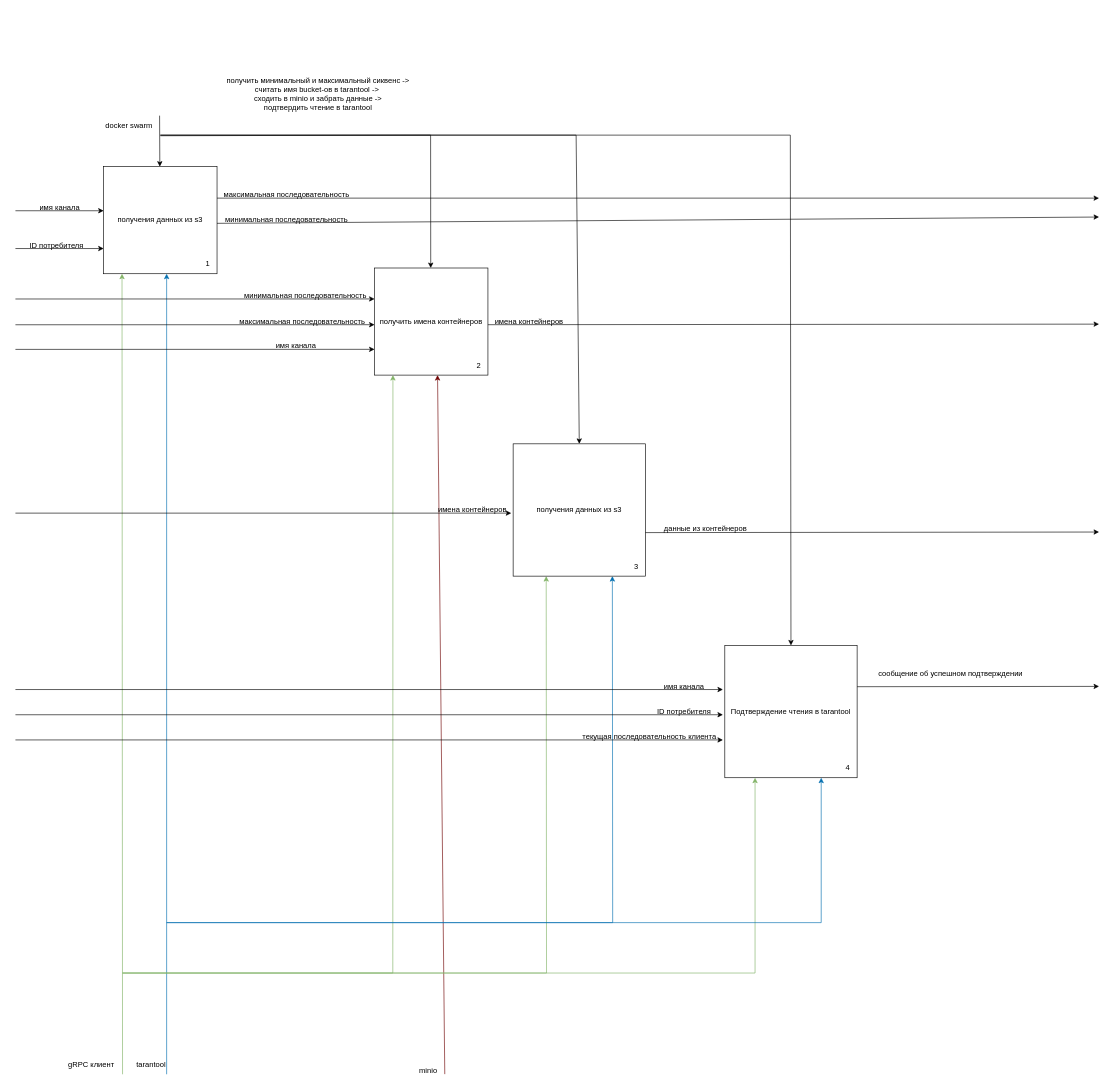
Earlier version of the draw.io diagram page "outgoing_A2" (5 of 5) of MiniToolStream_idef0.drawio (moroshma/MiniToolStream). Source tidied: cells renumbered, new cells numbered last; positions are measured from the earlier drawing's top-left corner, leaving out a move shared by most shapes. Both pictures are drawn from the tidied source at 63%, with x=0, y=0 at pixel (15, 72).
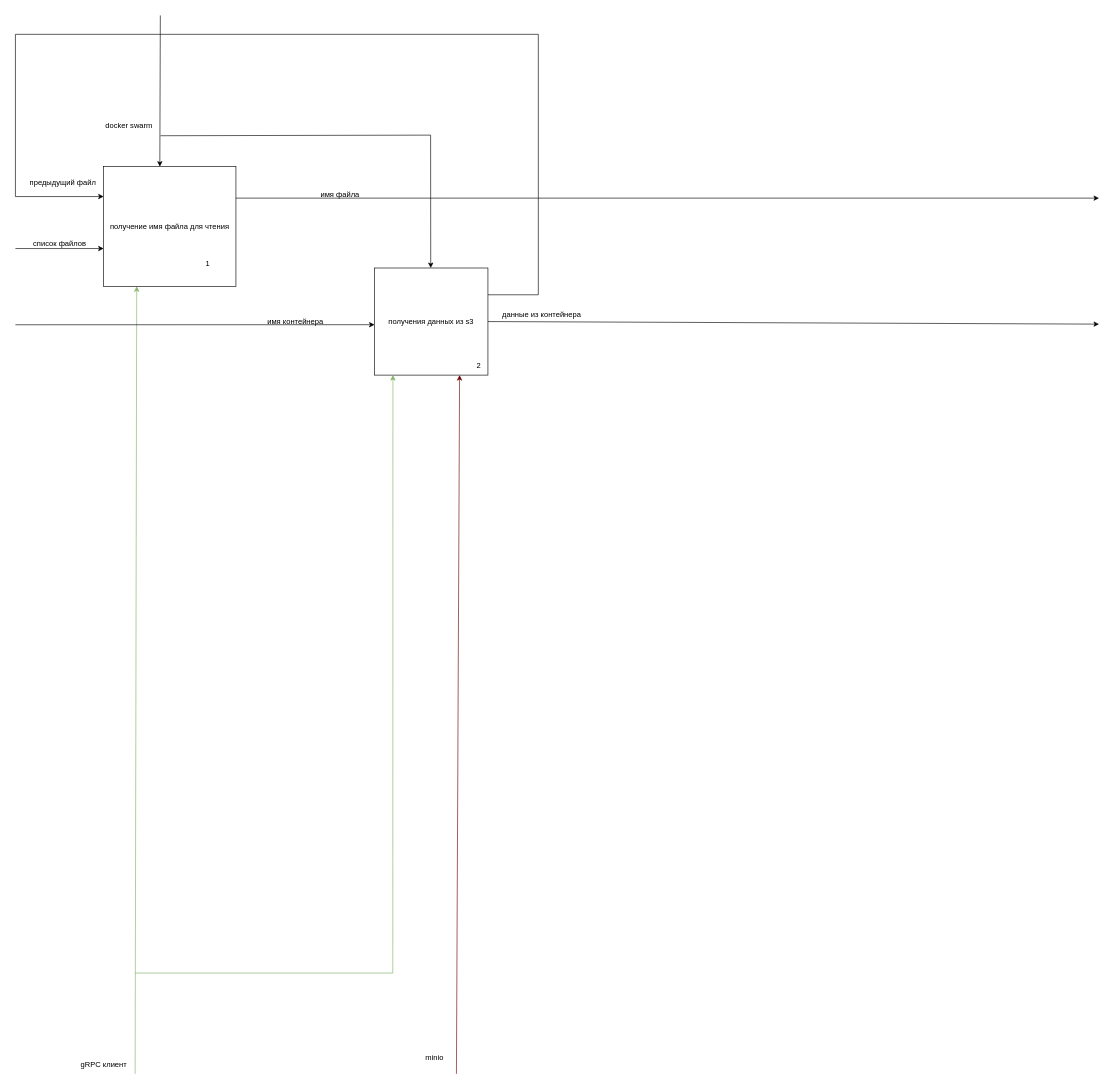
After the change.

The change refers to these unchanged cells:
```xml
<mxCell id="11" value="docker swarm" style="text;html=1;align=center;verticalAlign=middle;points=[];strokeColor=none;fillColor=none;" parent="1" vertex="1">
  <mxGeometry x="130" y="70" width="100" height="30" as="geometry" />
</mxCell>
```

What changed in the source:
```diff
@@
-    <mxCell id="2" value="получения данных из s3" style="html=1;whiteSpace=wrap;" parent="1" vertex="1">
-      <mxGeometry x="140" y="150" width="180" height="170" as="geometry" />
+    <mxCell id="2" value="&lt;span style=&quot;text-wrap-mode: nowrap;&quot;&gt;получение имя файла для чтения&lt;/span&gt;" style="html=1;whiteSpace=wrap;" parent="1" vertex="1">
+      <mxGeometry x="140" y="150" width="210" height="190" as="geometry" />
     </mxCell>
@@
-    <mxCell id="4" style="endArrow=classic;html=1;rounded=0;fillColor=#d5e8d4;gradientColor=#97d077;strokeColor=#82b366;" parent="1" edge="1">
+    <mxCell id="4" style="endArrow=classic;html=1;rounded=0;fillColor=#d5e8d4;gradientColor=#97d077;strokeColor=#82b366;entryX=0.25;entryY=1;entryDx=0;entryDy=0;" parent="1" edge="1" target="2">
       <mxGeometry relative="1" as="geometry">
-        <mxPoint x="170" y="1590.7" as="sourcePoint" />
-        <mxPoint x="169.2" y="320" as="targetPoint" />
+        <mxPoint x="190" y="1590" as="sourcePoint" />
       </mxGeometry>
     </mxCell>
-    <mxCell id="5" style="endArrow=classic;html=1;rounded=0;exitX=0.988;exitY=-0.031;exitDx=0;exitDy=0;exitPerimeter=0;" parent="1" edge="1" source="11">
+    <mxCell id="5" style="endArrow=classic;html=1;rounded=0;" parent="1" edge="1">
       <mxGeometry relative="1" as="geometry">
+        <mxPoint x="230" y="-90" as="sourcePoint" />
         <mxPoint x="229.2" y="150" as="targetPoint" />
       </mxGeometry>
     </mxCell>
-    <mxCell id="6" value="ID потребителя" style="text;html=1;align=center;verticalAlign=middle;strokeColor=none;fillColor=none;" parent="1" vertex="1">
-      <mxGeometry x="10" y="260" width="110" height="30" as="geometry" />
-    </mxCell>
-    <mxCell id="7" style="endArrow=classic;html=1;rounded=0;" parent="1" edge="1">
-      <mxGeometry relative="1" as="geometry">
-        <mxPoint y="220" as="sourcePoint" />
-        <mxPoint x="140" y="220" as="targetPoint" />
-      </mxGeometry>
-    </mxCell>
-    <mxCell id="8" value="имя канала" style="text;html=1;align=center;verticalAlign=middle;strokeColor=none;fillColor=none;" parent="1" vertex="1">
-      <mxGeometry x="25" y="200" width="90" height="30" as="geometry" />
-    </mxCell>
-    <mxCell id="9" style="endArrow=classic;html=1;rounded=0;" parent="1" edge="1">
-      <mxGeometry relative="1" as="geometry">
-        <mxPoint x="320" y="240" as="sourcePoint" />
-        <mxPoint x="1720" y="230" as="targetPoint" />
-      </mxGeometry>
-    </mxCell>
     <mxCell id="10" value="gRPC клиент" style="text;html=1;align=center;verticalAlign=middle;strokeColor=none;fillColor=none;" parent="1" vertex="1">
-      <mxGeometry x="70" y="1560" width="100" height="30" as="geometry" />
+      <mxGeometry x="90" y="1560" width="100" height="30" as="geometry" />
     </mxCell>
@@
-    <mxCell id="12" style="endArrow=classic;html=1;rounded=0;fillColor=#1ba1e2;strokeColor=#006EAF;" parent="1" edge="1">
-      <mxGeometry relative="1" as="geometry">
-        <mxPoint x="240" y="1590.7" as="sourcePoint" />
-        <mxPoint x="240" y="320" as="targetPoint" />
-      </mxGeometry>
-    </mxCell>
-    <mxCell id="13" value="tarantool" style="text;html=1;align=center;verticalAlign=middle;strokeColor=none;fillColor=none;" parent="1" vertex="1">
-      <mxGeometry x="180" y="1560" width="70" height="30" as="geometry" />
-    </mxCell>
-    <mxCell id="14" value="получить минимальный и максимальный сиквенс -&amp;gt;&lt;br&gt;считать имя bucket-ов в tarantool -&amp;gt;&amp;nbsp;&lt;br&gt;сходить в minio и забрать данные -&amp;gt;&lt;br&gt;подтвердить чтение в tarantool" style="text;html=1;align=center;verticalAlign=middle;strokeColor=none;fillColor=none;" parent="1" vertex="1">
-      <mxGeometry x="320" width="320" height="70" as="geometry" />
-    </mxCell>
-    <mxCell id="15" value="минимальная последовательность" style="text;html=1;align=center;verticalAlign=middle;strokeColor=none;fillColor=none;" parent="1" vertex="1">
-      <mxGeometry x="320" y="220" width="220" height="30" as="geometry" />
-    </mxCell>
     <mxCell id="16" style="endArrow=classic;html=1;rounded=0;" parent="1" edge="1">
       <mxGeometry relative="1" as="geometry">
-        <mxPoint x="320" y="200" as="sourcePoint" />
+        <mxPoint x="350" y="200" as="sourcePoint" />
         <mxPoint x="1720" y="200" as="targetPoint" />
       </mxGeometry>
     </mxCell>
-    <mxCell id="17" value="максимальная последовательность" style="text;html=1;align=center;verticalAlign=middle;strokeColor=none;fillColor=none;" parent="1" vertex="1">
-      <mxGeometry x="315" y="180" width="230" height="30" as="geometry" />
+    <mxCell id="17" value="имя файла" style="text;html=1;align=center;verticalAlign=middle;strokeColor=none;fillColor=none;" parent="1" vertex="1">
+      <mxGeometry x="470" y="180" width="90" height="30" as="geometry" />
     </mxCell>
+    <mxCell id="56" style="edgeStyle=orthogonalEdgeStyle;rounded=0;jettySize=auto;html=1;exitX=1;exitY=0.25;exitDx=0;exitDy=0;entryX=0;entryY=0.25;entryDx=0;entryDy=0;" parent="1" edge="1" source="18" target="2">
+      <mxGeometry relative="1" as="geometry">
+        <Array as="points">
+          <mxPoint x="830" y="353" />
+          <mxPoint x="830" y="-60" />
+          <mxPoint y="-60" />
+          <mxPoint y="198" />
+        </Array>
+      </mxGeometry>
+    </mxCell>
-    <mxCell id="18" value="получить имена контейнеров" style="html=1;whiteSpace=wrap;" parent="1" vertex="1">
+    <mxCell id="18" value="получения данных из s3" style="html=1;whiteSpace=wrap;" parent="1" vertex="1">
       <mxGeometry x="570" y="310.9" width="180" height="170" as="geometry" />
     </mxCell>
     <mxCell id="19" style="endArrow=classic;html=1;rounded=0;fillColor=#d5e8d4;gradientColor=#97d077;strokeColor=#82b366;" parent="1" edge="1">
       <mxGeometry relative="1" as="geometry">
-        <mxPoint x="170" y="1430" as="sourcePoint" />
+        <mxPoint x="190" y="1430" as="sourcePoint" />
         <mxPoint x="599.2" y="480.9" as="targetPoint" />
         <Array as="points">
           <mxPoint x="599" y="1430" />
         </Array>
       </mxGeometry>
     </mxCell>
@@
-    <mxCell id="21" style="endArrow=classic;html=1;rounded=0;exitX=1.03;exitY=0.683;exitDx=0;exitDy=0;exitPerimeter=0;fillColor=#a20025;strokeColor=#6F0000;" parent="1" edge="1" source="22">
+    <mxCell id="21" style="endArrow=classic;html=1;rounded=0;fillColor=#a20025;strokeColor=#6F0000;entryX=0.75;entryY=1;entryDx=0;entryDy=0;" parent="1" edge="1" target="18">
       <mxGeometry relative="1" as="geometry">
-        <mxPoint x="670" y="480.9" as="targetPoint" />
+        <mxPoint x="700" y="1590" as="sourcePoint" />
       </mxGeometry>
     </mxCell>
     <mxCell id="22" value="minio" style="text;html=1;align=center;verticalAlign=middle;points=[];strokeColor=none;fillColor=none;" parent="1" vertex="1">
-      <mxGeometry x="630" y="1570" width="50" height="30" as="geometry" />
+      <mxGeometry x="640" y="1550" width="50" height="30" as="geometry" />
     </mxCell>
-    <mxCell id="23" style="endArrow=classic;html=1;rounded=0;" parent="1" edge="1">
+    <mxCell id="23" style="endArrow=classic;html=1;rounded=0;exitX=1;exitY=0.5;exitDx=0;exitDy=0;" parent="1" edge="1" source="18">
       <mxGeometry relative="1" as="geometry">
-        <mxPoint x="750" y="400.9" as="sourcePoint" />
         <mxPoint x="1720" y="400" as="targetPoint" />
       </mxGeometry>
     </mxCell>
-    <mxCell id="24" value="имена контейнеров" style="text;html=1;align=center;verticalAlign=middle;strokeColor=none;fillColor=none;" parent="1" vertex="1">
-      <mxGeometry x="750" y="380.9" width="130" height="30" as="geometry" />
-    </mxCell>
-    <mxCell id="25" value="Подтверждение чтения в tarantool" style="html=1;whiteSpace=wrap;" parent="1" vertex="1">
-      <mxGeometry x="1126" y="910" width="210" height="210" as="geometry" />
-    </mxCell>
-    <mxCell id="26" style="endArrow=classic;html=1;rounded=0;entryX=0.25;entryY=1;entryDx=0;entryDy=0;fillColor=#d5e8d4;gradientColor=#97d077;strokeColor=#82b366;" parent="1" edge="1" target="44">
-      <mxGeometry relative="1" as="geometry">
-        <mxPoint x="170" y="1430" as="sourcePoint" />
-        <Array as="points">
-          <mxPoint x="843" y="1430" />
-        </Array>
-      </mxGeometry>
-    </mxCell>
-    <mxCell id="27" style="endArrow=classic;html=1;rounded=0;entryX=0.75;entryY=1;entryDx=0;entryDy=0;fillColor=#1ba1e2;strokeColor=#006EAF;" parent="1" edge="1" target="44">
-      <mxGeometry relative="1" as="geometry">
-        <mxPoint x="240" y="1350" as="sourcePoint" />
-        <Array as="points">
-          <mxPoint x="948" y="1350" />
-        </Array>
-      </mxGeometry>
-    </mxCell>
-    <mxCell id="28" style="endArrow=classic;html=1;rounded=0;" parent="1" edge="1">
-      <mxGeometry relative="1" as="geometry">
-        <mxPoint x="1336" y="975.5" as="sourcePoint" />
-        <mxPoint x="1720" y="975" as="targetPoint" />
-      </mxGeometry>
-    </mxCell>
-    <mxCell id="29" value="сообщение об успешном подтверждении" style="text;html=1;align=center;verticalAlign=middle;strokeColor=none;fillColor=none;" parent="1" vertex="1">
-      <mxGeometry x="1354" y="940" width="260" height="30" as="geometry" />
-    </mxCell>
-    <mxCell id="30" style="endArrow=classic;html=1;rounded=0;entryX=0.5;entryY=0;entryDx=0;entryDy=0;" parent="1" edge="1" target="44">
-      <mxGeometry relative="1" as="geometry">
-        <mxPoint x="230" y="100" as="sourcePoint" />
-        <Array as="points">
-          <mxPoint x="890" y="100" />
-        </Array>
-      </mxGeometry>
-    </mxCell>
-    <mxCell id="31" style="endArrow=classic;html=1;rounded=0;" parent="1" edge="1">
-      <mxGeometry relative="1" as="geometry">
-        <mxPoint y="1020" as="sourcePoint" />
-        <mxPoint x="1123" y="1020" as="targetPoint" />
-      </mxGeometry>
-    </mxCell>
-    <mxCell id="32" value="ID потребителя" style="text;html=1;align=center;verticalAlign=middle;strokeColor=none;fillColor=none;" parent="1" vertex="1">
-      <mxGeometry x="1006" y="1000" width="110" height="30" as="geometry" />
-    </mxCell>
-    <mxCell id="33" style="endArrow=classic;html=1;rounded=0;" parent="1" edge="1">
-      <mxGeometry relative="1" as="geometry">
-        <mxPoint y="1060" as="sourcePoint" />
-        <mxPoint x="1123" y="1060" as="targetPoint" />
-      </mxGeometry>
-    </mxCell>
-    <mxCell id="34" value="текущая последовательность клиента" style="text;html=1;align=center;verticalAlign=middle;strokeColor=none;fillColor=none;" parent="1" vertex="1">
-      <mxGeometry x="886" y="1040" width="240" height="30" as="geometry" />
-    </mxCell>
-    <mxCell id="35" style="endArrow=classic;html=1;rounded=0;" parent="1" edge="1">
-      <mxGeometry relative="1" as="geometry">
-        <mxPoint y="980" as="sourcePoint" />
-        <mxPoint x="1123" y="980" as="targetPoint" />
-      </mxGeometry>
-    </mxCell>
-    <mxCell id="36" value="имя канала" style="text;html=1;align=center;verticalAlign=middle;strokeColor=none;fillColor=none;" parent="1" vertex="1">
-      <mxGeometry x="1016" y="960" width="90" height="30" as="geometry" />
-    </mxCell>
-    <mxCell id="37" style="endArrow=classic;html=1;rounded=0;" parent="1" edge="1">
-      <mxGeometry relative="1" as="geometry">
-        <mxPoint y="440.1" as="sourcePoint" />
-        <mxPoint x="570" y="440" as="targetPoint" />
-      </mxGeometry>
-    </mxCell>
-    <mxCell id="38" style="text;html=1;align=center;verticalAlign=middle;strokeColor=none;fillColor=none;" parent="1" vertex="1">
-      <mxGeometry x="490" y="420" width="20" height="30" as="geometry" />
-    </mxCell>
@@
-    <mxCell id="40" value="максимальная последовательность" style="text;html=1;align=center;verticalAlign=middle;strokeColor=none;fillColor=none;" parent="1" vertex="1">
-      <mxGeometry x="340" y="380.9" width="230" height="30" as="geometry" />
+    <mxCell id="40" value="имя контейнера" style="text;html=1;align=center;verticalAlign=middle;strokeColor=none;fillColor=none;" parent="1" vertex="1">
+      <mxGeometry x="389" y="380.9" width="110" height="30" as="geometry" />
     </mxCell>
-    <mxCell id="41" style="endArrow=classic;html=1;rounded=0;" parent="1" edge="1">
-      <mxGeometry relative="1" as="geometry">
-        <mxPoint y="360.1" as="sourcePoint" />
-        <mxPoint x="570" y="360" as="targetPoint" />
-      </mxGeometry>
-    </mxCell>
-    <mxCell id="42" value="минимальная последовательность" style="text;html=1;align=center;verticalAlign=middle;strokeColor=none;fillColor=none;" parent="1" vertex="1">
-      <mxGeometry x="350" y="340" width="220" height="30" as="geometry" />
-    </mxCell>
-    <mxCell id="43" value="имя канала" style="text;html=1;align=center;verticalAlign=middle;strokeColor=none;fillColor=none;" parent="1" vertex="1">
-      <mxGeometry x="400" y="420" width="90" height="30" as="geometry" />
-    </mxCell>
-    <mxCell id="44" value="получения данных из s3" style="html=1;whiteSpace=wrap;" parent="1" vertex="1">
-      <mxGeometry x="790" y="590" width="210" height="210" as="geometry" />
-    </mxCell>
-    <mxCell id="45" style="endArrow=classic;html=1;rounded=0;" parent="1" edge="1">
-      <mxGeometry relative="1" as="geometry">
-        <mxPoint x="1000" y="730.9" as="sourcePoint" />
-        <mxPoint x="1720" y="730" as="targetPoint" />
-      </mxGeometry>
-    </mxCell>
-    <mxCell id="46" style="endArrow=classic;html=1;rounded=0;" parent="1" edge="1">
-      <mxGeometry relative="1" as="geometry">
-        <mxPoint y="700" as="sourcePoint" />
-        <mxPoint x="787" y="700" as="targetPoint" />
-      </mxGeometry>
-    </mxCell>
-    <mxCell id="47" value="имена контейнеров" style="text;html=1;align=center;verticalAlign=middle;strokeColor=none;fillColor=none;" parent="1" vertex="1">
-      <mxGeometry x="660" y="680" width="130" height="30" as="geometry" />
-    </mxCell>
-    <mxCell id="48" value="данные из контейнеров" style="text;html=1;align=center;verticalAlign=middle;strokeColor=none;fillColor=none;" parent="1" vertex="1">
-      <mxGeometry x="1015" y="710" width="160" height="30" as="geometry" />
-    </mxCell>
-    <mxCell id="49" style="endArrow=classic;html=1;rounded=0;entryX=0.25;entryY=1;entryDx=0;entryDy=0;fillColor=#d5e8d4;gradientColor=#97d077;strokeColor=#82b366;" parent="1" edge="1">
-      <mxGeometry relative="1" as="geometry">
-        <mxPoint x="170" y="1430" as="sourcePoint" />
-        <mxPoint x="1174" y="1120" as="targetPoint" />
-        <Array as="points">
-          <mxPoint x="1174" y="1430" />
-        </Array>
-      </mxGeometry>
-    </mxCell>
-    <mxCell id="50" style="endArrow=classic;html=1;rounded=0;entryX=0.75;entryY=1;entryDx=0;entryDy=0;fillColor=#1ba1e2;strokeColor=#006EAF;" parent="1" edge="1">
-      <mxGeometry relative="1" as="geometry">
-        <mxPoint x="240" y="1350" as="sourcePoint" />
-        <mxPoint x="1279" y="1120" as="targetPoint" />
-        <Array as="points">
-          <mxPoint x="1279" y="1350" />
-        </Array>
-      </mxGeometry>
-    </mxCell>
-    <mxCell id="51" style="endArrow=classic;html=1;rounded=0;entryX=0.5;entryY=0;entryDx=0;entryDy=0;" parent="1" edge="1" target="25">
-      <mxGeometry relative="1" as="geometry">
-        <mxPoint x="230" y="100" as="sourcePoint" />
-        <Array as="points">
-          <mxPoint x="1230" y="100" />
-        </Array>
-      </mxGeometry>
-    </mxCell>
@@
-    <mxCell id="54" value="3" style="text;html=1;align=center;verticalAlign=middle;strokeColor=none;fillColor=none;" parent="1" vertex="1">
-      <mxGeometry x="970" y="770" width="30" height="30" as="geometry" />
-    </mxCell>
-    <mxCell id="55" value="4" style="text;html=1;align=center;verticalAlign=middle;strokeColor=none;fillColor=none;" parent="1" vertex="1">
-      <mxGeometry x="1306" y="1090" width="30" height="30" as="geometry" />
-    </mxCell>
+    <mxCell id="57" value="список файлов" style="text;html=1;align=center;verticalAlign=middle;strokeColor=none;fillColor=none;" parent="1" vertex="1">
+      <mxGeometry x="15" y="258" width="110" height="30" as="geometry" />
+    </mxCell>
+    <mxCell id="24" value="данные из контейнера" style="text;html=1;align=center;verticalAlign=middle;strokeColor=none;fillColor=none;" parent="1" vertex="1">
+      <mxGeometry x="760" y="370" width="150" height="30" as="geometry" />
+    </mxCell>
+    <mxCell id="58" value="предыдущий файл" style="text;html=1;align=center;verticalAlign=middle;strokeColor=none;fillColor=none;" parent="1" vertex="1">
+      <mxGeometry x="10" y="160" width="130" height="30" as="geometry" />
+    </mxCell>
```
